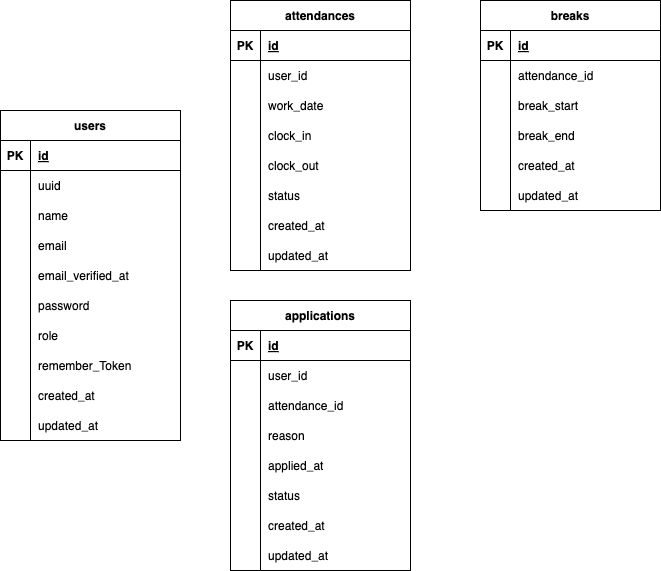
The draw.io diagram .drawio.png in Koharu5810/time_log, before a commit. Source tidied: cells renumbered, new cells last; positions are measured from the earlier drawing's top-left corner, leaving out a move shared by most shapes.
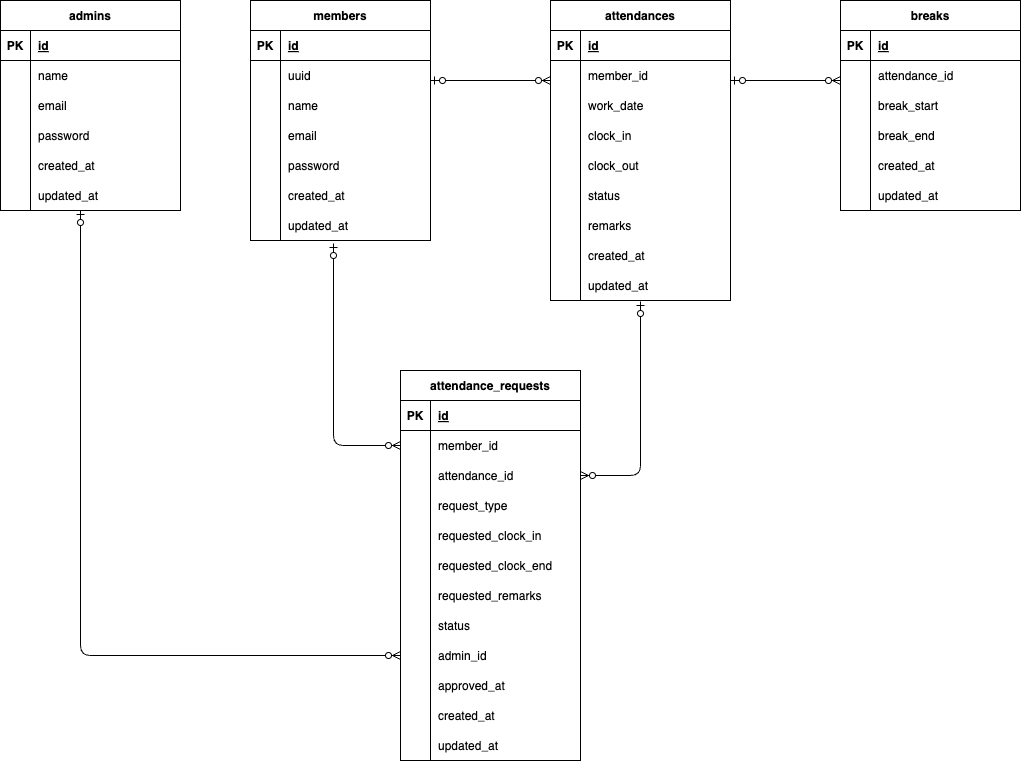
After the commit.

What changed in the source:
```diff
@@ -4,4 +4,4 @@
     <mxCell id="1" parent="0" />
-    <mxCell id="2" value="users" style="shape=table;startSize=30;rowLines=0;fontStyle=1;align=center;" parent="1" vertex="1">
-      <mxGeometry y="110" width="180" height="330" as="geometry" />
+    <mxCell id="2" value="members" style="shape=table;startSize=30;rowLines=0;fontStyle=1;align=center;" parent="1" vertex="1">
+      <mxGeometry x="120" y="-160" width="180" height="240" as="geometry" />
     </mxCell>
@@ -43,13 +43,4 @@
     </mxCell>
-    <mxCell id="15" style="shape=tableRow;horizontal=0;startSize=0;swimlaneHead=0;swimlaneBody=0;fillColor=none;top=0;left=0;right=0;bottom=0;" parent="2" vertex="1">
-      <mxGeometry y="150" width="180" height="30" as="geometry" />
-    </mxCell>
-    <mxCell id="16" style="shape=partialRectangle;fillColor=none;top=0;left=0;bottom=0;right=0;overflow=hidden;" parent="15" vertex="1">
-      <mxGeometry width="30" height="30" as="geometry" />
-    </mxCell>
-    <mxCell id="17" value="email_verified_at" style="shape=partialRectangle;fillColor=none;top=0;left=0;bottom=0;right=0;align=left;spacingLeft=6;overflow=hidden;" parent="15" vertex="1">
-      <mxGeometry x="30" width="150" height="30" as="geometry" />
-    </mxCell>
     <mxCell id="18" style="shape=tableRow;horizontal=0;startSize=0;swimlaneHead=0;swimlaneBody=0;fillColor=none;top=0;left=0;right=0;bottom=0;" parent="2" vertex="1">
-      <mxGeometry y="180" width="180" height="30" as="geometry" />
+      <mxGeometry y="150" width="180" height="30" as="geometry" />
     </mxCell>
@@ -61,22 +52,4 @@
     </mxCell>
-    <mxCell id="21" style="shape=tableRow;horizontal=0;startSize=0;swimlaneHead=0;swimlaneBody=0;fillColor=none;top=0;left=0;right=0;bottom=0;" parent="2" vertex="1">
-      <mxGeometry y="210" width="180" height="30" as="geometry" />
-    </mxCell>
-    <mxCell id="22" style="shape=partialRectangle;fillColor=none;top=0;left=0;bottom=0;right=0;overflow=hidden;" parent="21" vertex="1">
-      <mxGeometry width="30" height="30" as="geometry" />
-    </mxCell>
-    <mxCell id="23" value="role" style="shape=partialRectangle;fillColor=none;top=0;left=0;bottom=0;right=0;align=left;spacingLeft=6;overflow=hidden;" parent="21" vertex="1">
-      <mxGeometry x="30" width="150" height="30" as="geometry" />
-    </mxCell>
-    <mxCell id="24" style="shape=tableRow;horizontal=0;startSize=0;swimlaneHead=0;swimlaneBody=0;fillColor=none;top=0;left=0;right=0;bottom=0;" parent="2" vertex="1">
-      <mxGeometry y="240" width="180" height="30" as="geometry" />
-    </mxCell>
-    <mxCell id="25" style="shape=partialRectangle;fillColor=none;top=0;left=0;bottom=0;right=0;overflow=hidden;" parent="24" vertex="1">
-      <mxGeometry width="30" height="30" as="geometry" />
-    </mxCell>
-    <mxCell id="26" value="remember_Token" style="shape=partialRectangle;fillColor=none;top=0;left=0;bottom=0;right=0;align=left;spacingLeft=6;overflow=hidden;" parent="24" vertex="1">
-      <mxGeometry x="30" width="150" height="30" as="geometry" />
-    </mxCell>
     <mxCell id="27" style="shape=tableRow;horizontal=0;startSize=0;swimlaneHead=0;swimlaneBody=0;fillColor=none;top=0;left=0;right=0;bottom=0;" parent="2" vertex="1">
-      <mxGeometry y="270" width="180" height="30" as="geometry" />
+      <mxGeometry y="180" width="180" height="30" as="geometry" />
     </mxCell>
@@ -89,3 +62,3 @@
     <mxCell id="30" style="shape=tableRow;horizontal=0;startSize=0;swimlaneHead=0;swimlaneBody=0;fillColor=none;points=[[0,0.5],[1,0.5]];portConstraint=eastwest;top=0;left=0;right=0;bottom=0;" parent="2" vertex="1">
-      <mxGeometry y="300" width="180" height="30" as="geometry" />
+      <mxGeometry y="210" width="180" height="30" as="geometry" />
     </mxCell>
@@ -98,3 +71,3 @@
     <mxCell id="33" value="attendances" style="shape=table;startSize=30;rowLines=0;fontStyle=1;align=center;" parent="1" vertex="1">
-      <mxGeometry x="230" width="180" height="270" as="geometry" />
+      <mxGeometry x="420" y="-160" width="180" height="300" as="geometry" />
     </mxCell>
@@ -109,11 +82,11 @@
     </mxCell>
-    <mxCell id="37" style="shape=tableRow;horizontal=0;startSize=0;swimlaneHead=0;swimlaneBody=0;fillColor=none;top=0;left=0;right=0;bottom=0;" parent="33" vertex="1">
-      <mxGeometry y="60" width="180" height="30" as="geometry" />
-    </mxCell>
-    <mxCell id="38" style="shape=partialRectangle;fillColor=none;top=0;left=0;bottom=0;right=0;overflow=hidden;" parent="37" vertex="1">
-      <mxGeometry width="30" height="30" as="geometry" />
-    </mxCell>
-    <mxCell id="39" value="user_id" style="shape=partialRectangle;fillColor=none;top=0;left=0;bottom=0;right=0;align=left;spacingLeft=6;overflow=hidden;" parent="37" vertex="1">
-      <mxGeometry x="30" width="150" height="30" as="geometry" />
-    </mxCell>
+    <mxCell id="102" style="shape=tableRow;horizontal=0;startSize=0;swimlaneHead=0;swimlaneBody=0;fillColor=none;top=0;left=0;right=0;bottom=0;" parent="33" vertex="1">
+      <mxGeometry y="60" width="180" height="30" as="geometry" />
+    </mxCell>
+    <mxCell id="103" style="shape=partialRectangle;fillColor=none;top=0;left=0;bottom=0;right=0;overflow=hidden;" parent="102" vertex="1">
+      <mxGeometry width="30" height="30" as="geometry" />
+    </mxCell>
+    <mxCell id="104" value="member_id" style="shape=partialRectangle;fillColor=none;top=0;left=0;bottom=0;right=0;align=left;spacingLeft=6;overflow=hidden;" parent="102" vertex="1">
+      <mxGeometry x="30" width="150" height="30" as="geometry" />
+    </mxCell>
     <mxCell id="40" style="shape=tableRow;horizontal=0;startSize=0;swimlaneHead=0;swimlaneBody=0;fillColor=none;top=0;left=0;right=0;bottom=0;" parent="33" vertex="1">
@@ -154,4 +127,13 @@
     </mxCell>
+    <mxCell id="105" style="shape=tableRow;horizontal=0;startSize=0;swimlaneHead=0;swimlaneBody=0;fillColor=none;top=0;left=0;right=0;bottom=0;" parent="33" vertex="1">
+      <mxGeometry y="210" width="180" height="30" as="geometry" />
+    </mxCell>
+    <mxCell id="106" style="shape=partialRectangle;fillColor=none;top=0;left=0;bottom=0;right=0;overflow=hidden;" parent="105" vertex="1">
+      <mxGeometry width="30" height="30" as="geometry" />
+    </mxCell>
+    <mxCell id="107" value="remarks" style="shape=partialRectangle;fillColor=none;top=0;left=0;bottom=0;right=0;align=left;spacingLeft=6;overflow=hidden;" parent="105" vertex="1">
+      <mxGeometry x="30" width="150" height="30" as="geometry" />
+    </mxCell>
     <mxCell id="52" style="shape=tableRow;horizontal=0;startSize=0;swimlaneHead=0;swimlaneBody=0;fillColor=none;top=0;left=0;right=0;bottom=0;" parent="33" vertex="1">
-      <mxGeometry y="210" width="180" height="30" as="geometry" />
+      <mxGeometry y="240" width="180" height="30" as="geometry" />
     </mxCell>
@@ -164,3 +146,3 @@
     <mxCell id="55" style="shape=tableRow;horizontal=0;startSize=0;swimlaneHead=0;swimlaneBody=0;fillColor=none;points=[[0,0.5],[1,0.5]];portConstraint=eastwest;top=0;left=0;right=0;bottom=0;" parent="33" vertex="1">
-      <mxGeometry y="240" width="180" height="30" as="geometry" />
+      <mxGeometry y="270" width="180" height="30" as="geometry" />
     </mxCell>
@@ -173,3 +155,3 @@
     <mxCell id="58" value="breaks" style="shape=table;startSize=30;rowLines=0;fontStyle=1;align=center;" parent="1" vertex="1">
-      <mxGeometry x="480" width="180" height="210" as="geometry" />
+      <mxGeometry x="710" y="-160" width="180" height="210" as="geometry" />
     </mxCell>
@@ -229,4 +211,4 @@
     </mxCell>
-    <mxCell id="77" value="applications" style="shape=table;startSize=30;rowLines=0;fontStyle=1;align=center;" parent="1" vertex="1">
-      <mxGeometry x="230" y="300" width="180" height="270" as="geometry" />
+    <mxCell id="77" value="attendance_requests" style="shape=table;startSize=30;rowLines=0;fontStyle=1;align=center;" parent="1" vertex="1">
+      <mxGeometry x="270" y="210" width="180" height="390" as="geometry" />
     </mxCell>
@@ -247,3 +229,3 @@
     </mxCell>
-    <mxCell id="83" value="user_id" style="shape=partialRectangle;fillColor=none;top=0;left=0;bottom=0;right=0;align=left;spacingLeft=6;overflow=hidden;" parent="81" vertex="1">
+    <mxCell id="83" value="member_id" style="shape=partialRectangle;fillColor=none;top=0;left=0;bottom=0;right=0;align=left;spacingLeft=6;overflow=hidden;" parent="81" vertex="1">
       <mxGeometry x="30" width="150" height="30" as="geometry" />
@@ -265,3 +247,3 @@
     </mxCell>
-    <mxCell id="89" value="reason" style="shape=partialRectangle;fillColor=none;top=0;left=0;bottom=0;right=0;align=left;spacingLeft=6;overflow=hidden;" parent="87" vertex="1">
+    <mxCell id="89" value="request_type" style="shape=partialRectangle;fillColor=none;top=0;left=0;bottom=0;right=0;align=left;spacingLeft=6;overflow=hidden;" parent="87" vertex="1">
       <mxGeometry x="30" width="150" height="30" as="geometry" />
@@ -274,7 +256,25 @@
     </mxCell>
-    <mxCell id="92" value="applied_at" style="shape=partialRectangle;fillColor=none;top=0;left=0;bottom=0;right=0;align=left;spacingLeft=6;overflow=hidden;" parent="90" vertex="1">
+    <mxCell id="92" value="requested_clock_in" style="shape=partialRectangle;fillColor=none;top=0;left=0;bottom=0;right=0;align=left;spacingLeft=6;overflow=hidden;" parent="90" vertex="1">
       <mxGeometry x="30" width="150" height="30" as="geometry" />
     </mxCell>
+    <mxCell id="108" style="shape=tableRow;horizontal=0;startSize=0;swimlaneHead=0;swimlaneBody=0;fillColor=none;top=0;left=0;right=0;bottom=0;" parent="77" vertex="1">
+      <mxGeometry y="180" width="180" height="30" as="geometry" />
+    </mxCell>
+    <mxCell id="109" style="shape=partialRectangle;fillColor=none;top=0;left=0;bottom=0;right=0;overflow=hidden;" parent="108" vertex="1">
+      <mxGeometry width="30" height="30" as="geometry" />
+    </mxCell>
+    <mxCell id="110" value="requested_clock_end" style="shape=partialRectangle;fillColor=none;top=0;left=0;bottom=0;right=0;align=left;spacingLeft=6;overflow=hidden;" parent="108" vertex="1">
+      <mxGeometry x="30" width="150" height="30" as="geometry" />
+    </mxCell>
+    <mxCell id="111" style="shape=tableRow;horizontal=0;startSize=0;swimlaneHead=0;swimlaneBody=0;fillColor=none;top=0;left=0;right=0;bottom=0;" parent="77" vertex="1">
+      <mxGeometry y="210" width="180" height="30" as="geometry" />
+    </mxCell>
+    <mxCell id="112" style="shape=partialRectangle;fillColor=none;top=0;left=0;bottom=0;right=0;overflow=hidden;" parent="111" vertex="1">
+      <mxGeometry width="30" height="30" as="geometry" />
+    </mxCell>
+    <mxCell id="113" value="requested_remarks" style="shape=partialRectangle;fillColor=none;top=0;left=0;bottom=0;right=0;align=left;spacingLeft=6;overflow=hidden;" parent="111" vertex="1">
+      <mxGeometry x="30" width="150" height="30" as="geometry" />
+    </mxCell>
     <mxCell id="93" style="shape=tableRow;horizontal=0;startSize=0;swimlaneHead=0;swimlaneBody=0;fillColor=none;top=0;left=0;right=0;bottom=0;" parent="77" vertex="1">
-      <mxGeometry y="180" width="180" height="30" as="geometry" />
+      <mxGeometry y="240" width="180" height="30" as="geometry" />
     </mxCell>
@@ -286,4 +286,22 @@
     </mxCell>
+    <mxCell id="114" style="shape=tableRow;horizontal=0;startSize=0;swimlaneHead=0;swimlaneBody=0;fillColor=none;points=[[0,0.5],[1,0.5]];portConstraint=eastwest;top=0;left=0;right=0;bottom=0;" parent="77" vertex="1">
+      <mxGeometry y="270" width="180" height="30" as="geometry" />
+    </mxCell>
+    <mxCell id="115" style="shape=partialRectangle;fillColor=none;top=0;left=0;bottom=0;right=0;overflow=hidden;" parent="114" vertex="1">
+      <mxGeometry width="30" height="30" as="geometry" />
+    </mxCell>
+    <mxCell id="116" value="admin_id" style="shape=partialRectangle;fillColor=none;top=0;left=0;bottom=0;right=0;align=left;spacingLeft=6;overflow=hidden;" parent="114" vertex="1">
+      <mxGeometry x="30" width="150" height="30" as="geometry" />
+    </mxCell>
+    <mxCell id="117" style="shape=tableRow;horizontal=0;startSize=0;swimlaneHead=0;swimlaneBody=0;fillColor=none;top=0;left=0;right=0;bottom=0;" parent="77" vertex="1">
+      <mxGeometry y="300" width="180" height="30" as="geometry" />
+    </mxCell>
+    <mxCell id="118" style="shape=partialRectangle;fillColor=none;top=0;left=0;bottom=0;right=0;overflow=hidden;" parent="117" vertex="1">
+      <mxGeometry width="30" height="30" as="geometry" />
+    </mxCell>
+    <mxCell id="119" value="approved_at" style="shape=partialRectangle;fillColor=none;top=0;left=0;bottom=0;right=0;align=left;spacingLeft=6;overflow=hidden;" parent="117" vertex="1">
+      <mxGeometry x="30" width="150" height="30" as="geometry" />
+    </mxCell>
     <mxCell id="96" style="shape=tableRow;horizontal=0;startSize=0;swimlaneHead=0;swimlaneBody=0;fillColor=none;top=0;left=0;right=0;bottom=0;" parent="77" vertex="1">
-      <mxGeometry y="210" width="180" height="30" as="geometry" />
+      <mxGeometry y="330" width="180" height="30" as="geometry" />
     </mxCell>
@@ -296,3 +314,3 @@
     <mxCell id="99" style="shape=tableRow;horizontal=0;startSize=0;swimlaneHead=0;swimlaneBody=0;fillColor=none;top=0;left=0;right=0;bottom=0;" parent="77" vertex="1">
-      <mxGeometry y="240" width="180" height="30" as="geometry" />
+      <mxGeometry y="360" width="180" height="30" as="geometry" />
     </mxCell>
@@ -304,2 +322,93 @@
     </mxCell>
+    <mxCell id="120" style="fontSize=12;html=1;endArrow=ERzeroToMany;startArrow=ERzeroToOne;" parent="1" edge="1">
+      <mxGeometry relative="1" as="geometry">
+        <mxPoint x="300" y="-80" as="sourcePoint" />
+        <mxPoint x="420" y="-80" as="targetPoint" />
+      </mxGeometry>
+    </mxCell>
+    <mxCell id="121" style="fontSize=12;html=1;endArrow=ERzeroToMany;startArrow=ERzeroToOne;" parent="1" edge="1">
+      <mxGeometry relative="1" as="geometry">
+        <mxPoint x="600" y="-80" as="sourcePoint" />
+        <mxPoint x="710" y="-80" as="targetPoint" />
+      </mxGeometry>
+    </mxCell>
+    <mxCell id="122" style="fontSize=12;html=1;endArrow=ERzeroToMany;startArrow=ERzeroToOne;exitX=0.461;exitY=1.1;exitDx=0;exitDy=0;exitPerimeter=0;entryX=0;entryY=0.5;entryDx=0;entryDy=0;" parent="1" edge="1" source="30" target="81">
+      <mxGeometry relative="1" as="geometry">
+        <Array as="points">
+          <mxPoint x="203" y="285" />
+        </Array>
+      </mxGeometry>
+    </mxCell>
+    <mxCell id="123" style="fontSize=12;html=1;endArrow=ERzeroToMany;startArrow=ERzeroToOne;entryX=1;entryY=0.5;entryDx=0;entryDy=0;exitX=0.5;exitY=1.033;exitDx=0;exitDy=0;exitPerimeter=0;" parent="1" edge="1" source="55" target="84">
+      <mxGeometry relative="1" as="geometry">
+        <Array as="points">
+          <mxPoint x="510" y="315" />
+        </Array>
+      </mxGeometry>
+    </mxCell>
+    <mxCell id="124" value="admins" style="shape=table;startSize=30;rowLines=0;fontStyle=1;align=center;" parent="1" vertex="1">
+      <mxGeometry x="-130" y="-160" width="180" height="210" as="geometry" />
+    </mxCell>
+    <mxCell id="125" style="shape=tableRow;horizontal=0;startSize=0;swimlaneHead=0;swimlaneBody=0;fillColor=none;top=0;left=0;right=0;bottom=1;" parent="124" vertex="1">
+      <mxGeometry y="30" width="180" height="30" as="geometry" />
+    </mxCell>
+    <mxCell id="126" value="PK" style="shape=partialRectangle;fillColor=none;top=0;left=0;bottom=0;right=0;fontStyle=1;overflow=hidden;" parent="125" vertex="1">
+      <mxGeometry width="30" height="30" as="geometry" />
+    </mxCell>
+    <mxCell id="127" value="id" style="shape=partialRectangle;fillColor=none;top=0;left=0;bottom=0;right=0;align=left;spacingLeft=6;fontStyle=5;overflow=hidden;" parent="125" vertex="1">
+      <mxGeometry x="30" width="150" height="30" as="geometry" />
+    </mxCell>
+    <mxCell id="128" style="shape=tableRow;horizontal=0;startSize=0;swimlaneHead=0;swimlaneBody=0;fillColor=none;top=0;left=0;right=0;bottom=0;" parent="124" vertex="1">
+      <mxGeometry y="60" width="180" height="30" as="geometry" />
+    </mxCell>
+    <mxCell id="129" style="shape=partialRectangle;fillColor=none;top=0;left=0;bottom=0;right=0;overflow=hidden;" parent="128" vertex="1">
+      <mxGeometry width="30" height="30" as="geometry" />
+    </mxCell>
+    <mxCell id="130" value="name" style="shape=partialRectangle;fillColor=none;top=0;left=0;bottom=0;right=0;align=left;spacingLeft=6;overflow=hidden;" parent="128" vertex="1">
+      <mxGeometry x="30" width="150" height="30" as="geometry" />
+    </mxCell>
+    <mxCell id="131" style="shape=tableRow;horizontal=0;startSize=0;swimlaneHead=0;swimlaneBody=0;fillColor=none;top=0;left=0;right=0;bottom=0;" parent="124" vertex="1">
+      <mxGeometry y="90" width="180" height="30" as="geometry" />
+    </mxCell>
+    <mxCell id="132" style="shape=partialRectangle;fillColor=none;top=0;left=0;bottom=0;right=0;overflow=hidden;" parent="131" vertex="1">
+      <mxGeometry width="30" height="30" as="geometry" />
+    </mxCell>
+    <mxCell id="133" value="email" style="shape=partialRectangle;fillColor=none;top=0;left=0;bottom=0;right=0;align=left;spacingLeft=6;overflow=hidden;" parent="131" vertex="1">
+      <mxGeometry x="30" width="150" height="30" as="geometry" />
+    </mxCell>
+    <mxCell id="134" style="shape=tableRow;horizontal=0;startSize=0;swimlaneHead=0;swimlaneBody=0;fillColor=none;top=0;left=0;right=0;bottom=0;" parent="124" vertex="1">
+      <mxGeometry y="120" width="180" height="30" as="geometry" />
+    </mxCell>
+    <mxCell id="135" style="shape=partialRectangle;fillColor=none;top=0;left=0;bottom=0;right=0;overflow=hidden;" parent="134" vertex="1">
+      <mxGeometry width="30" height="30" as="geometry" />
+    </mxCell>
+    <mxCell id="136" value="password" style="shape=partialRectangle;fillColor=none;top=0;left=0;bottom=0;right=0;align=left;spacingLeft=6;overflow=hidden;" parent="134" vertex="1">
+      <mxGeometry x="30" width="150" height="30" as="geometry" />
+    </mxCell>
+    <mxCell id="15" style="shape=tableRow;horizontal=0;startSize=0;swimlaneHead=0;swimlaneBody=0;fillColor=none;top=0;left=0;right=0;bottom=0;" parent="124" vertex="1">
+      <mxGeometry y="150" width="180" height="30" as="geometry" />
+    </mxCell>
+    <mxCell id="137" style="shape=partialRectangle;fillColor=none;top=0;left=0;bottom=0;right=0;overflow=hidden;" parent="15" vertex="1">
+      <mxGeometry width="30" height="30" as="geometry" />
+    </mxCell>
+    <mxCell id="138" value="created_at" style="shape=partialRectangle;fillColor=none;top=0;left=0;bottom=0;right=0;align=left;spacingLeft=6;overflow=hidden;" parent="15" vertex="1">
+      <mxGeometry x="30" width="150" height="30" as="geometry" />
+    </mxCell>
+    <mxCell id="139" style="shape=tableRow;horizontal=0;startSize=0;swimlaneHead=0;swimlaneBody=0;fillColor=none;top=0;left=0;right=0;bottom=0;" parent="124" vertex="1">
+      <mxGeometry y="180" width="180" height="30" as="geometry" />
+    </mxCell>
+    <mxCell id="140" style="shape=partialRectangle;fillColor=none;top=0;left=0;bottom=0;right=0;overflow=hidden;" parent="139" vertex="1">
+      <mxGeometry width="30" height="30" as="geometry" />
+    </mxCell>
+    <mxCell id="141" value="updated_at" style="shape=partialRectangle;fillColor=none;top=0;left=0;bottom=0;right=0;align=left;spacingLeft=6;overflow=hidden;" parent="139" vertex="1">
+      <mxGeometry x="30" width="150" height="30" as="geometry" />
+    </mxCell>
+    <mxCell id="142" style="fontSize=12;html=1;endArrow=ERzeroToMany;startArrow=ERzeroToOne;exitX=0.461;exitY=1.1;exitDx=0;exitDy=0;exitPerimeter=0;entryX=0;entryY=0.5;entryDx=0;entryDy=0;" parent="1" edge="1" target="114">
+      <mxGeometry relative="1" as="geometry">
+        <mxPoint x="-50" y="50" as="sourcePoint" />
+        <Array as="points">
+          <mxPoint x="-50" y="495" />
+        </Array>
+      </mxGeometry>
+    </mxCell>
   </root>
```
